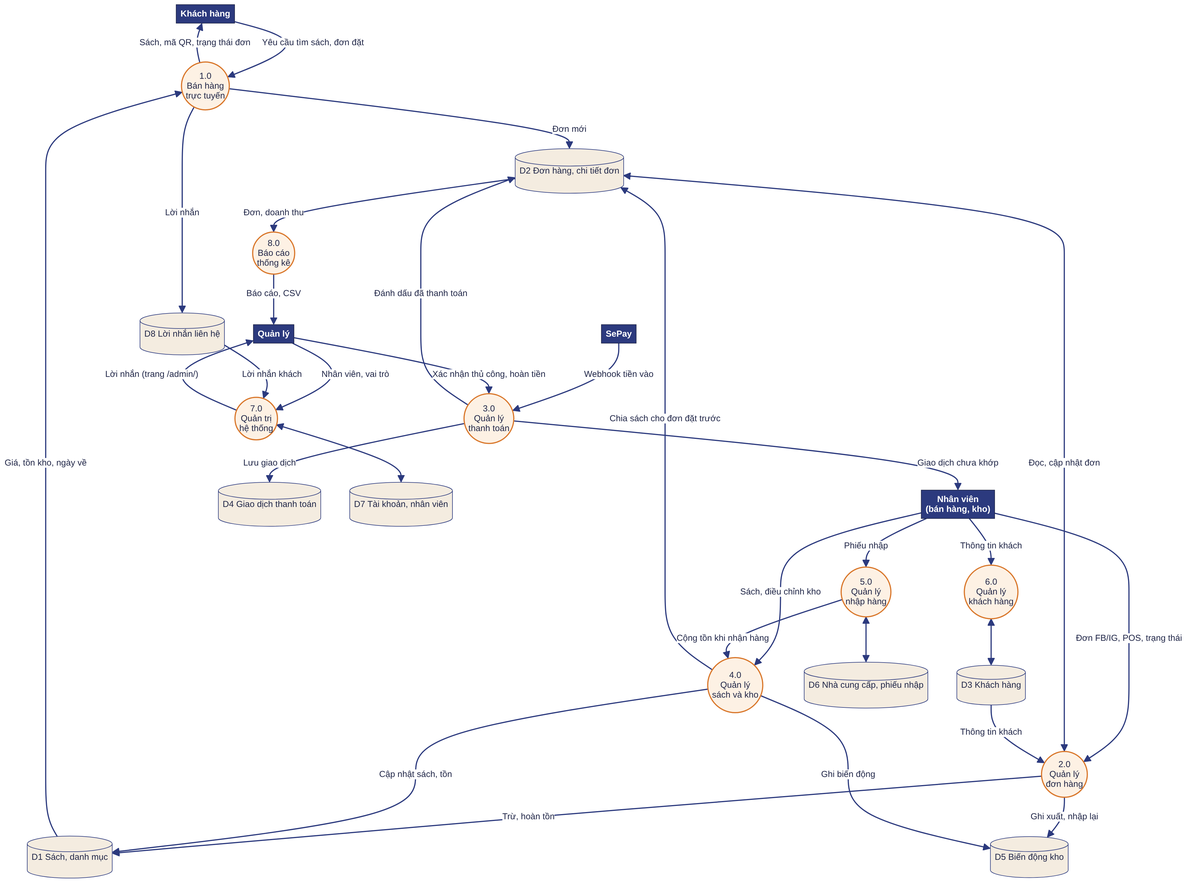
This is docs/diagrams/DFD_muc_1.png from tonga-ai-star/HEPSTORE_JAPAN_FULL, a Mermaid export, as it was before one commit. Its source is kept beside it as docs/diagrams/DFD_muc_1.mmd.
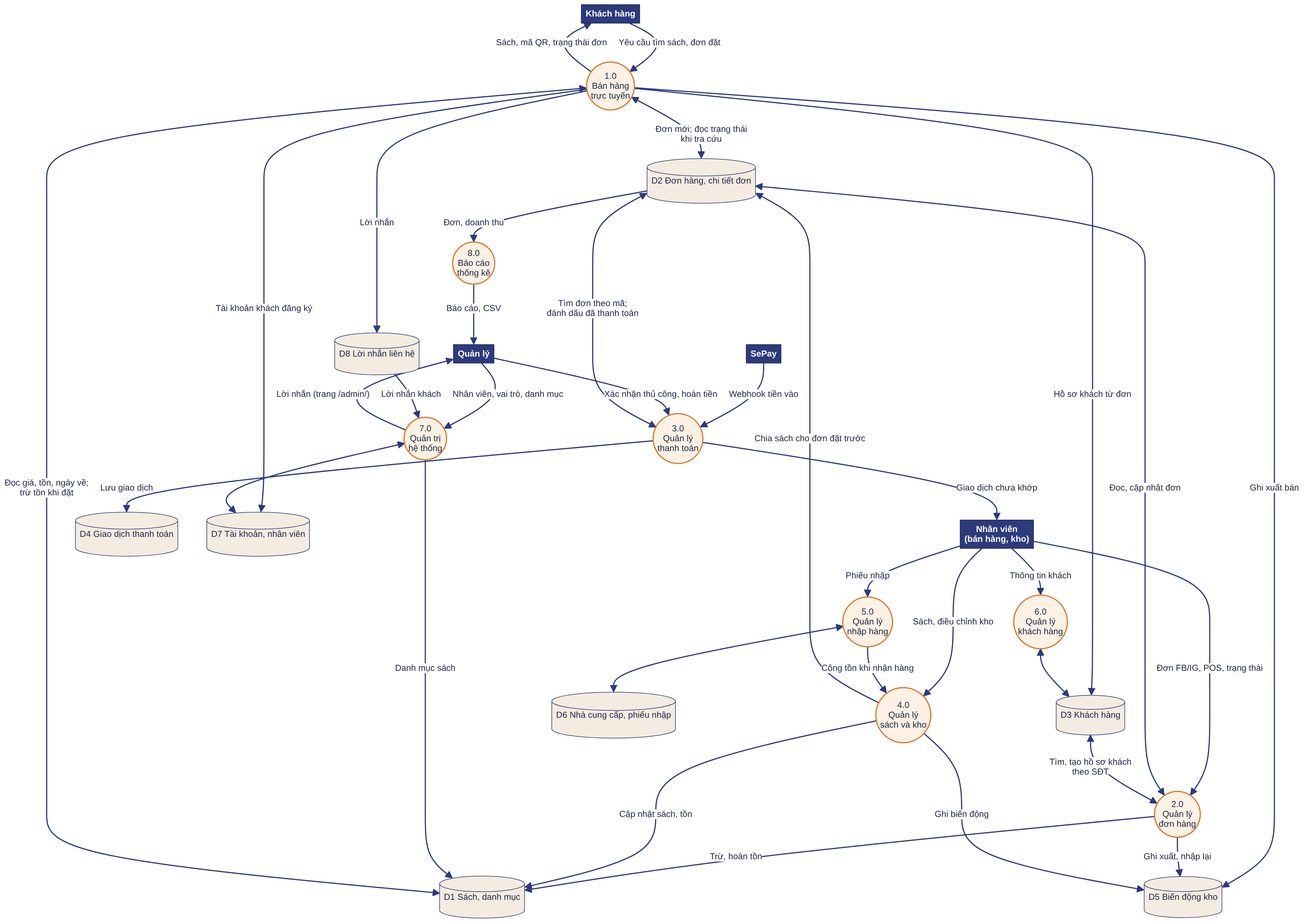
The same file after the commit.

Change to the diagram source:
```diff
@@ -21,17 +21,20 @@
   D8[("D8 Lời nhắn liên hệ")]:::store
   KH -- "Yêu cầu tìm sách, đơn đặt" --> P1
   P1 -- "Sách, mã QR, trạng thái đơn" --> KH
-  D1 -- "Giá, tồn kho, ngày về" --> P1
-  P1 -- "Đơn mới" --> D2
+  D1 <-- "Đọc giá, tồn, ngày về;<br/>trừ tồn khi đặt" --> P1
+  P1 <-- "Đơn mới; đọc trạng thái<br/>khi tra cứu" --> D2
+  P1 -- "Ghi xuất bán" --> D5
+  P1 -- "Hồ sơ khách từ đơn" --> D3
+  P1 -- "Tài khoản khách đăng ký" --> D7
   P1 -- "Lời nhắn" --> D8
   NV -- "Đơn FB/IG, POS, trạng thái" --> P2
   D2 <-- "Đọc, cập nhật đơn" --> P2
   P2 -- "Trừ, hoàn tồn" --> D1
   P2 -- "Ghi xuất, nhập lại" --> D5
-  D3 -- "Thông tin khách" --> P2
+  D3 <-- "Tìm, tạo hồ sơ khách<br/>theo SĐT" --> P2
   SP -- "Webhook tiền vào" --> P3
   P3 -- "Lưu giao dịch" --> D4
-  P3 -- "Đánh dấu đã thanh toán" --> D2
+  P3 <-- "Tìm đơn theo mã;<br/>đánh dấu đã thanh toán" --> D2
   QL -- "Xác nhận thủ công, hoàn tiền" --> P3
   P3 -- "Giao dịch chưa khớp" --> NV
   NV -- "Sách, điều chỉnh kho" --> P4
@@ -43,7 +46,8 @@
   P5 -- "Cộng tồn khi nhận hàng" --> P4
   NV -- "Thông tin khách" --> P6
   P6 <--> D3
-  QL -- "Nhân viên, vai trò" --> P7
+  QL -- "Nhân viên, vai trò, danh mục" --> P7
+  P7 -- "Danh mục sách" --> D1
   P7 <--> D7
   D8 -- "Lời nhắn khách" --> P7
   P7 -- "Lời nhắn (trang /admin/)" --> QL
```
